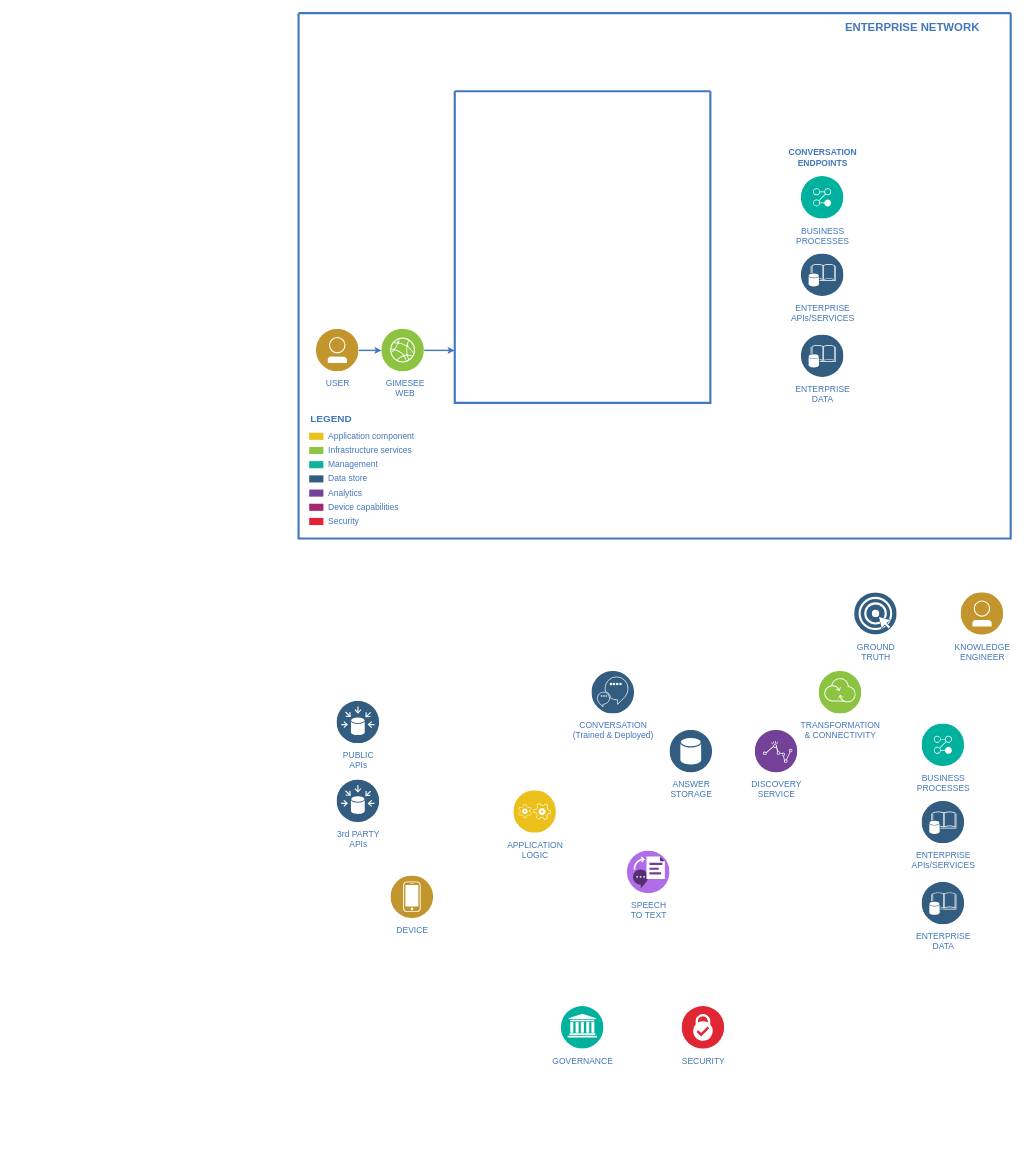
Before: 제목 없는 다이어그램.drawio in Suno7526/FileShare, a draw.io diagram. Source tidied: cells renumbered, new cells numbered last; positions are measured from the earlier drawing's top-left corner, leaving out a move shared by most shapes. Both pictures are drawn from the tidied source at 71%, with x=0, y=0 at pixel (298, 13).
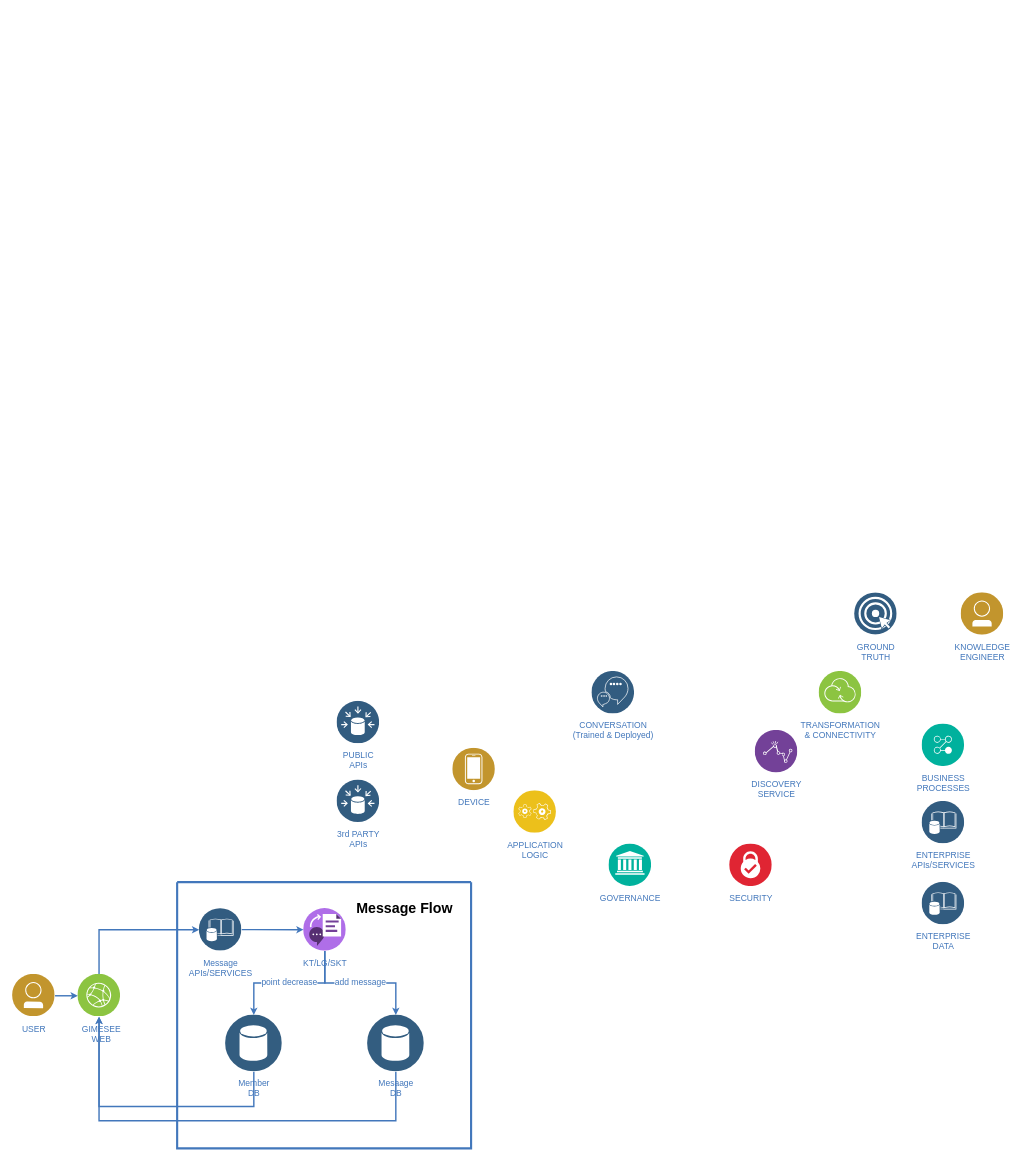
Above is the later version.

What changed in the source:
```diff
@@
-    <mxCell id="2" style="swimlane;shadow=0;strokeColor=#4277BB;fillColor=#ffffff;fontColor=none;align=right;startSize=0;noLabel=1;strokeWidth=3;" parent="1" vertex="1">
-      <mxGeometry width="1003" height="740" as="geometry" />
-    </mxCell>
-    <mxCell id="3" style="edgeStyle=elbowEdgeStyle;rounded=0;elbow=vertical;html=1;labelBackgroundColor=#ffffff;startArrow=none;startFill=0;startSize=4;endArrow=classic;endFill=1;endSize=4;jettySize=auto;strokeColor=#4277BB;strokeWidth=2;fontSize=12;fontColor=#4277BB;" parent="2" edge="1" source="15" target="14">
-      <mxGeometry relative="1" as="geometry">
-        <Array as="points">
-          <mxPoint x="187" y="475" />
-        </Array>
-      </mxGeometry>
-    </mxCell>
-    <mxCell id="4" value="ENTERPRISE NETWORK" style="text;html=1;align=left;verticalAlign=middle;fontColor=#4277BB;shadow=0;dashed=0;strokeColor=none;fillColor=none;labelBackgroundColor=none;fontStyle=1;fontSize=16;spacingLeft=5;" parent="2" vertex="1">
-      <mxGeometry x="763" y="10" width="217" height="20" as="geometry" />
-    </mxCell>
-    <mxCell id="5" value="Application component" style="rounded=0;html=1;shadow=0;labelBackgroundColor=none;strokeColor=none;strokeWidth=2;fillColor=#EBC01A;gradientColor=none;fontSize=12;fontColor=#4277BB;align=left;labelPosition=right;verticalLabelPosition=middle;verticalAlign=middle;spacingLeft=5;" parent="2" vertex="1">
-      <mxGeometry x="15" y="591" width="20" height="10" as="geometry" />
-    </mxCell>
-    <mxCell id="6" value="Infrastructure services" style="rounded=0;html=1;shadow=0;labelBackgroundColor=none;strokeColor=none;strokeWidth=2;fillColor=#8DC642;gradientColor=none;fontSize=12;fontColor=#4277BB;align=left;labelPosition=right;verticalLabelPosition=middle;verticalAlign=middle;spacingLeft=5;" parent="2" vertex="1">
-      <mxGeometry x="15" y="611" width="20" height="10" as="geometry" />
-    </mxCell>
-    <mxCell id="7" value="Management" style="rounded=0;html=1;shadow=0;labelBackgroundColor=none;strokeColor=none;strokeWidth=2;fillColor=#0DB39D;gradientColor=none;fontSize=12;fontColor=#4277BB;align=left;labelPosition=right;verticalLabelPosition=middle;verticalAlign=middle;spacingLeft=5;" parent="2" vertex="1">
-      <mxGeometry x="15" y="631" width="20" height="10" as="geometry" />
-    </mxCell>
-    <mxCell id="8" value="Data store" style="rounded=0;html=1;shadow=0;labelBackgroundColor=none;strokeColor=none;strokeWidth=2;fillColor=#335D81;gradientColor=none;fontSize=12;fontColor=#4277BB;align=left;labelPosition=right;verticalLabelPosition=middle;verticalAlign=middle;spacingLeft=5;" parent="2" vertex="1">
-      <mxGeometry x="15" y="651" width="20" height="10" as="geometry" />
-    </mxCell>
-    <mxCell id="9" value="Analytics" style="rounded=0;html=1;shadow=0;labelBackgroundColor=none;strokeColor=none;strokeWidth=2;fillColor=#744399;gradientColor=none;fontSize=12;fontColor=#4277BB;align=left;labelPosition=right;verticalLabelPosition=middle;verticalAlign=middle;spacingLeft=5;" parent="2" vertex="1">
-      <mxGeometry x="15" y="671" width="20" height="10" as="geometry" />
-    </mxCell>
-    <mxCell id="10" value="Device capabilities" style="rounded=0;html=1;shadow=0;labelBackgroundColor=none;strokeColor=none;strokeWidth=2;fillColor=#A72870;gradientColor=none;fontSize=12;fontColor=#4277BB;align=left;labelPosition=right;verticalLabelPosition=middle;verticalAlign=middle;spacingLeft=5;" parent="2" vertex="1">
-      <mxGeometry x="15" y="691" width="20" height="10" as="geometry" />
-    </mxCell>
-    <mxCell id="11" value="Security" style="rounded=0;html=1;shadow=0;labelBackgroundColor=none;strokeColor=none;strokeWidth=2;fillColor=#E52134;gradientColor=none;fontSize=12;fontColor=#4277BB;align=left;labelPosition=right;verticalLabelPosition=middle;verticalAlign=middle;spacingLeft=5;" parent="2" vertex="1">
-      <mxGeometry x="15" y="711" width="20" height="10" as="geometry" />
-    </mxCell>
-    <mxCell id="12" value="LEGEND" style="text;html=1;align=left;verticalAlign=middle;fontColor=#4277BB;shadow=0;dashed=0;strokeColor=none;fillColor=none;labelBackgroundColor=none;fontStyle=1;fontSize=14;spacingLeft=0;" parent="2" vertex="1">
-      <mxGeometry x="15" y="561" width="150" height="20" as="geometry" />
-    </mxCell>
-    <mxCell id="13" value="USER" style="perimeter=ellipsePerimeter;html=1;align=center;shadow=0;dashed=0;image;image=img/lib/ibm/users/user.svg;labelBackgroundColor=#ffffff;strokeColor=#4277BB;strokeWidth=2;fillColor=none;gradientColor=none;fontSize=12;fontColor=#4277BB;spacingTop=3;" parent="2" vertex="1">
-      <mxGeometry x="25" y="445" width="60" height="60" as="geometry" />
-    </mxCell>
-    <mxCell id="14" style="swimlane;shadow=0;labelBackgroundColor=#007FFF;strokeColor=#4277BB;fillColor=none;gradientColor=none;fontColor=#000000;align=right;startSize=0;strokeWidth=3;" parent="2" vertex="1">
-      <mxGeometry x="220" y="110" width="360" height="439" as="geometry" />
-    </mxCell>
-    <mxCell id="15" value="GIMESEE&lt;div&gt;WEB&lt;/div&gt;&lt;div&gt;&lt;br&gt;&lt;/div&gt;" style="perimeter=ellipsePerimeter;html=1;align=center;shadow=0;image;image=img/lib/ibm/infrastructure/edge_services.svg;labelBackgroundColor=#ffffff;strokeColor=none;strokeWidth=2;fillColor=#808080;gradientColor=none;fontSize=12;fontColor=#4277BB;rounded=0;verticalAlign=top;spacingLeft=5;spacingTop=3;" parent="2" vertex="1">
-      <mxGeometry x="117" y="445" width="60" height="60" as="geometry" />
-    </mxCell>
-    <mxCell id="16" style="edgeStyle=elbowEdgeStyle;rounded=0;elbow=vertical;html=1;labelBackgroundColor=#ffffff;startArrow=none;startFill=0;startSize=4;endArrow=classic;endFill=1;endSize=4;jettySize=auto;strokeColor=#4277BB;strokeWidth=2;fontSize=12;fontColor=#4277BB;" parent="2" edge="1" source="13" target="15">
-      <mxGeometry relative="1" as="geometry" />
-    </mxCell>
-    <mxCell id="17" value="CONVERSATION&lt;div&gt;ENDPOINTS&lt;/div&gt;" style="text;html=1;align=center;verticalAlign=middle;fontColor=#4277BB;shadow=0;dashed=0;strokeColor=none;fillColor=none;labelBackgroundColor=none;fontStyle=1;fontSize=12;spacingLeft=0;" parent="2" vertex="1">
-      <mxGeometry x="667" y="186" width="142" height="35" as="geometry" />
-    </mxCell>
-    <mxCell id="18" value="BUSINESS&lt;div&gt;PROCESSES&lt;/div&gt;" style="perimeter=ellipsePerimeter;html=1;align=center;shadow=0;dashed=0;image;image=img/lib/ibm/management/process_management.svg;labelBackgroundColor=#ffffff;strokeColor=#4277BB;strokeWidth=2;fillColor=none;gradientColor=none;fontSize=12;fontColor=#4277BB;spacingTop=3;" parent="2" vertex="1">
-      <mxGeometry x="708" y="230" width="60" height="60" as="geometry" />
-    </mxCell>
-    <mxCell id="19" value="ENTERPRISE&lt;div&gt;APIs/SERVICES&lt;/div&gt;" style="perimeter=ellipsePerimeter;html=1;align=center;shadow=0;dashed=0;image;image=img/lib/ibm/data/enterprise_data.svg;labelBackgroundColor=#ffffff;strokeColor=#4277BB;strokeWidth=2;fillColor=none;gradientColor=none;fontSize=12;fontColor=#4277BB;spacingTop=3;" parent="2" vertex="1">
-      <mxGeometry x="708" y="339" width="60" height="60" as="geometry" />
-    </mxCell>
-    <mxCell id="20" value="ENTERPRISE&lt;div&gt;DATA&lt;/div&gt;" style="perimeter=ellipsePerimeter;html=1;align=center;shadow=0;dashed=0;image;image=img/lib/ibm/data/enterprise_data.svg;labelBackgroundColor=#ffffff;strokeColor=#4277BB;strokeWidth=2;fillColor=none;gradientColor=none;fontSize=12;fontColor=#4277BB;spacingTop=3;" parent="2" vertex="1">
-      <mxGeometry x="708" y="453" width="60" height="60" as="geometry" />
-    </mxCell>
     <mxCell id="21" value="GOVERNANCE" style="perimeter=ellipsePerimeter;html=1;align=center;shadow=0;dashed=0;image;image=img/lib/ibm/management/information_governance.svg;labelBackgroundColor=#ffffff;strokeColor=#4277BB;strokeWidth=2;fillColor=none;gradientColor=none;fontSize=12;fontColor=#4277BB;spacingTop=3;" parent="1" vertex="1">
-      <mxGeometry x="370" y="1399" width="60" height="60" as="geometry" />
+      <mxGeometry x="437" y="1170" width="60" height="60" as="geometry" />
     </mxCell>
     <mxCell id="22" value="SECURITY" style="perimeter=ellipsePerimeter;html=1;align=center;shadow=0;dashed=0;image;image=img/lib/ibm/security/security_services.svg;labelBackgroundColor=#ffffff;strokeColor=#4277BB;strokeWidth=2;fillColor=none;gradientColor=none;fontSize=12;fontColor=#4277BB;spacingTop=3;" parent="1" vertex="1">
-      <mxGeometry x="540" y="1399" width="60" height="60" as="geometry" />
+      <mxGeometry x="607" y="1170" width="60" height="60" as="geometry" />
     </mxCell>
@@
     <mxCell id="25" value="DEVICE" style="perimeter=ellipsePerimeter;html=1;align=center;shadow=0;dashed=0;image;image=img/lib/ibm/users/device.svg;labelBackgroundColor=#ffffff;strokeColor=#4277BB;strokeWidth=2;fillColor=none;gradientColor=none;fontSize=12;fontColor=#4277BB;spacingTop=3;" parent="1" vertex="1">
-      <mxGeometry x="130" y="1215" width="60" height="60" as="geometry" />
+      <mxGeometry x="217" y="1035" width="60" height="60" as="geometry" />
     </mxCell>
@@
-    <mxCell id="28" value="ANSWER&lt;div&gt;STORAGE&lt;/div&gt;" style="perimeter=ellipsePerimeter;html=1;align=center;shadow=0;dashed=0;image;image=img/lib/ibm/data/data_services.svg;labelBackgroundColor=#ffffff;strokeColor=#4277BB;strokeWidth=2;fillColor=none;gradientColor=none;fontSize=12;fontColor=#4277BB;spacingTop=3;" parent="1" vertex="1">
-      <mxGeometry x="523" y="1010" width="60" height="60" as="geometry" />
-    </mxCell>
@@
-    <mxCell id="31" value="SPEECH&lt;div&gt;TO TEXT&lt;/div&gt;" style="perimeter=ellipsePerimeter;html=1;align=center;shadow=0;dashed=0;image;image=img/lib/ibm/miscellaneous/text_to_speech.svg;labelBackgroundColor=#ffffff;strokeColor=#4277BB;strokeWidth=2;fillColor=none;gradientColor=none;fontSize=12;fontColor=#4277BB;spacingTop=3;" parent="1" vertex="1">
-      <mxGeometry x="463" y="1180" width="60" height="60" as="geometry" />
-    </mxCell>
@@
+    <mxCell id="37" style="edgeStyle=elbowEdgeStyle;rounded=0;elbow=vertical;html=1;labelBackgroundColor=#ffffff;startArrow=none;startFill=0;startSize=4;endArrow=classic;endFill=1;endSize=4;jettySize=auto;strokeColor=#4277BB;strokeWidth=2;fontSize=12;fontColor=#4277BB;exitX=0.5;exitY=0;exitDx=0;exitDy=0;entryX=0;entryY=0.5;entryDx=0;entryDy=0;" parent="1" edge="1" source="15" target="39">
+      <mxGeometry relative="1" as="geometry">
+        <Array as="points">
+          <mxPoint x="-211" y="1291" />
+        </Array>
+      </mxGeometry>
+    </mxCell>
+    <mxCell id="13" value="USER" style="perimeter=ellipsePerimeter;html=1;align=center;shadow=0;dashed=0;image;image=img/lib/ibm/users/user.svg;labelBackgroundColor=#ffffff;strokeColor=#4277BB;strokeWidth=2;fillColor=none;gradientColor=none;fontSize=12;fontColor=#4277BB;spacingTop=3;" parent="1" vertex="1">
+      <mxGeometry x="-403" y="1353.5" width="60" height="60" as="geometry" />
+    </mxCell>
+    <mxCell id="38" style="swimlane;shadow=0;labelBackgroundColor=#007FFF;strokeColor=#4277BB;fillColor=none;gradientColor=none;fontColor=#000000;align=right;startSize=0;strokeWidth=3;" parent="1" vertex="1">
+      <mxGeometry x="-171" y="1224" width="414" height="375" as="geometry" />
+    </mxCell>
+    <mxCell id="39" value="&lt;div&gt;Message&lt;/div&gt;&lt;div&gt;APIs/SERVICES&lt;/div&gt;" style="perimeter=ellipsePerimeter;html=1;align=center;shadow=0;dashed=0;image;image=img/lib/ibm/data/enterprise_data.svg;labelBackgroundColor=#ffffff;strokeColor=#4277BB;strokeWidth=2;fillColor=none;gradientColor=none;fontSize=12;fontColor=#4277BB;spacingTop=3;" parent="38" vertex="1">
+      <mxGeometry x="31" y="37" width="60" height="60" as="geometry" />
+    </mxCell>
+    <mxCell id="40" style="edgeStyle=elbowEdgeStyle;rounded=0;elbow=vertical;html=1;labelBackgroundColor=#ffffff;startArrow=none;startFill=0;startSize=4;endArrow=classic;endFill=1;endSize=4;jettySize=auto;strokeColor=#4277BB;strokeWidth=2;fontSize=12;fontColor=#4277BB;entryX=0;entryY=0.5;entryDx=0;entryDy=0;" parent="38" edge="1" target="41">
+      <mxGeometry relative="1" as="geometry">
+        <mxPoint x="91" y="66.8" as="sourcePoint" />
+      </mxGeometry>
+    </mxCell>
+    <mxCell id="41" value="KT/LG/SKT" style="perimeter=ellipsePerimeter;html=1;align=center;shadow=0;dashed=0;image;image=img/lib/ibm/miscellaneous/text_to_speech.svg;labelBackgroundColor=#ffffff;strokeColor=#4277BB;strokeWidth=2;fillColor=none;gradientColor=none;fontSize=12;fontColor=#4277BB;spacingTop=3;" parent="38" vertex="1">
+      <mxGeometry x="178" y="37" width="60" height="60" as="geometry" />
+    </mxCell>
+    <mxCell id="42" value="&lt;div&gt;Mesaage&lt;/div&gt;&lt;div&gt;DB&lt;/div&gt;" style="perimeter=ellipsePerimeter;html=1;align=center;shadow=0;dashed=0;image;image=img/lib/ibm/data/data_services.svg;labelBackgroundColor=#ffffff;strokeColor=#4277BB;strokeWidth=2;fillColor=none;gradientColor=none;fontSize=12;fontColor=#4277BB;spacingTop=3;" parent="38" vertex="1">
+      <mxGeometry x="268" y="187" width="80" height="80" as="geometry" />
+    </mxCell>
+    <mxCell id="43" value="&lt;div&gt;Member&lt;/div&gt;&lt;div&gt;DB&lt;/div&gt;" style="perimeter=ellipsePerimeter;html=1;align=center;shadow=0;dashed=0;image;image=img/lib/ibm/data/data_services.svg;labelBackgroundColor=#ffffff;strokeColor=#4277BB;strokeWidth=2;fillColor=none;gradientColor=none;fontSize=12;fontColor=#4277BB;spacingTop=3;" parent="38" vertex="1">
+      <mxGeometry x="68" y="187" width="80" height="80" as="geometry" />
+    </mxCell>
+    <mxCell id="44" value="point decrease" style="edgeStyle=elbowEdgeStyle;rounded=0;elbow=vertical;html=1;labelBackgroundColor=#ffffff;startArrow=none;startFill=0;startSize=4;endArrow=classic;endFill=1;endSize=4;jettySize=auto;strokeColor=#4277BB;strokeWidth=2;fontSize=12;fontColor=#4277BB;entryX=0.5;entryY=0;entryDx=0;entryDy=0;exitX=0.5;exitY=1;exitDx=0;exitDy=0;" parent="38" edge="1" source="41" target="43">
+      <mxGeometry relative="1" as="geometry" />
+    </mxCell>
+    <mxCell id="45" value="add message" style="edgeStyle=elbowEdgeStyle;rounded=0;elbow=vertical;html=1;labelBackgroundColor=#ffffff;startArrow=none;startFill=0;startSize=4;endArrow=classic;endFill=1;endSize=4;jettySize=auto;strokeColor=#4277BB;strokeWidth=2;fontSize=12;fontColor=#4277BB;entryX=0.5;entryY=0;entryDx=0;entryDy=0;exitX=0.5;exitY=1;exitDx=0;exitDy=0;" parent="38" edge="1" source="41" target="42">
+      <mxGeometry relative="1" as="geometry" />
+    </mxCell>
+    <mxCell id="46" value="&lt;p&gt;&lt;font style=&quot;font-size: 20px;&quot;&gt;&lt;b&gt;Message Flow&lt;/b&gt;&lt;/font&gt;&lt;/p&gt;" style="text;html=1;align=center;verticalAlign=middle;strokeColor=none;fillColor=none;" parent="38" vertex="1">
+      <mxGeometry x="240" y="6" width="160" height="60" as="geometry" />
+    </mxCell>
+    <mxCell id="15" value="GIMESEE&lt;div&gt;WEB&lt;/div&gt;" style="perimeter=ellipsePerimeter;html=1;align=center;shadow=0;image;image=img/lib/ibm/infrastructure/edge_services.svg;labelBackgroundColor=#ffffff;strokeColor=none;strokeWidth=2;fillColor=#808080;gradientColor=none;fontSize=12;fontColor=#4277BB;rounded=0;verticalAlign=top;spacingLeft=5;spacingTop=3;" parent="1" vertex="1">
+      <mxGeometry x="-311" y="1353.5" width="60" height="60" as="geometry" />
+    </mxCell>
+    <mxCell id="16" style="edgeStyle=elbowEdgeStyle;rounded=0;elbow=vertical;html=1;labelBackgroundColor=#ffffff;startArrow=none;startFill=0;startSize=4;endArrow=classic;endFill=1;endSize=4;jettySize=auto;strokeColor=#4277BB;strokeWidth=2;fontSize=12;fontColor=#4277BB;" parent="1" edge="1" source="13" target="15">
+      <mxGeometry relative="1" as="geometry" />
+    </mxCell>
+    <mxCell id="47" style="edgeStyle=elbowEdgeStyle;rounded=0;elbow=vertical;html=1;labelBackgroundColor=#ffffff;startArrow=none;startFill=0;startSize=4;endArrow=classic;endFill=1;endSize=4;jettySize=auto;strokeColor=#4277BB;strokeWidth=2;fontSize=12;fontColor=#4277BB;entryX=0.5;entryY=1;entryDx=0;entryDy=0;exitX=0.5;exitY=1;exitDx=0;exitDy=0;" parent="1" edge="1" source="42" target="15">
+      <mxGeometry relative="1" as="geometry">
+        <Array as="points">
+          <mxPoint x="-81" y="1560" />
+        </Array>
+      </mxGeometry>
+    </mxCell>
+    <mxCell id="48" style="edgeStyle=elbowEdgeStyle;rounded=0;elbow=vertical;html=1;labelBackgroundColor=#ffffff;startArrow=none;startFill=0;startSize=4;endArrow=classic;endFill=1;endSize=4;jettySize=auto;strokeColor=#4277BB;strokeWidth=2;fontSize=12;fontColor=#4277BB;entryX=0.5;entryY=1;entryDx=0;entryDy=0;exitX=0.5;exitY=1;exitDx=0;exitDy=0;" parent="1" edge="1" source="43" target="15">
+      <mxGeometry relative="1" as="geometry">
+        <Array as="points">
+          <mxPoint x="-171" y="1540" />
+        </Array>
+      </mxGeometry>
+    </mxCell>
```
